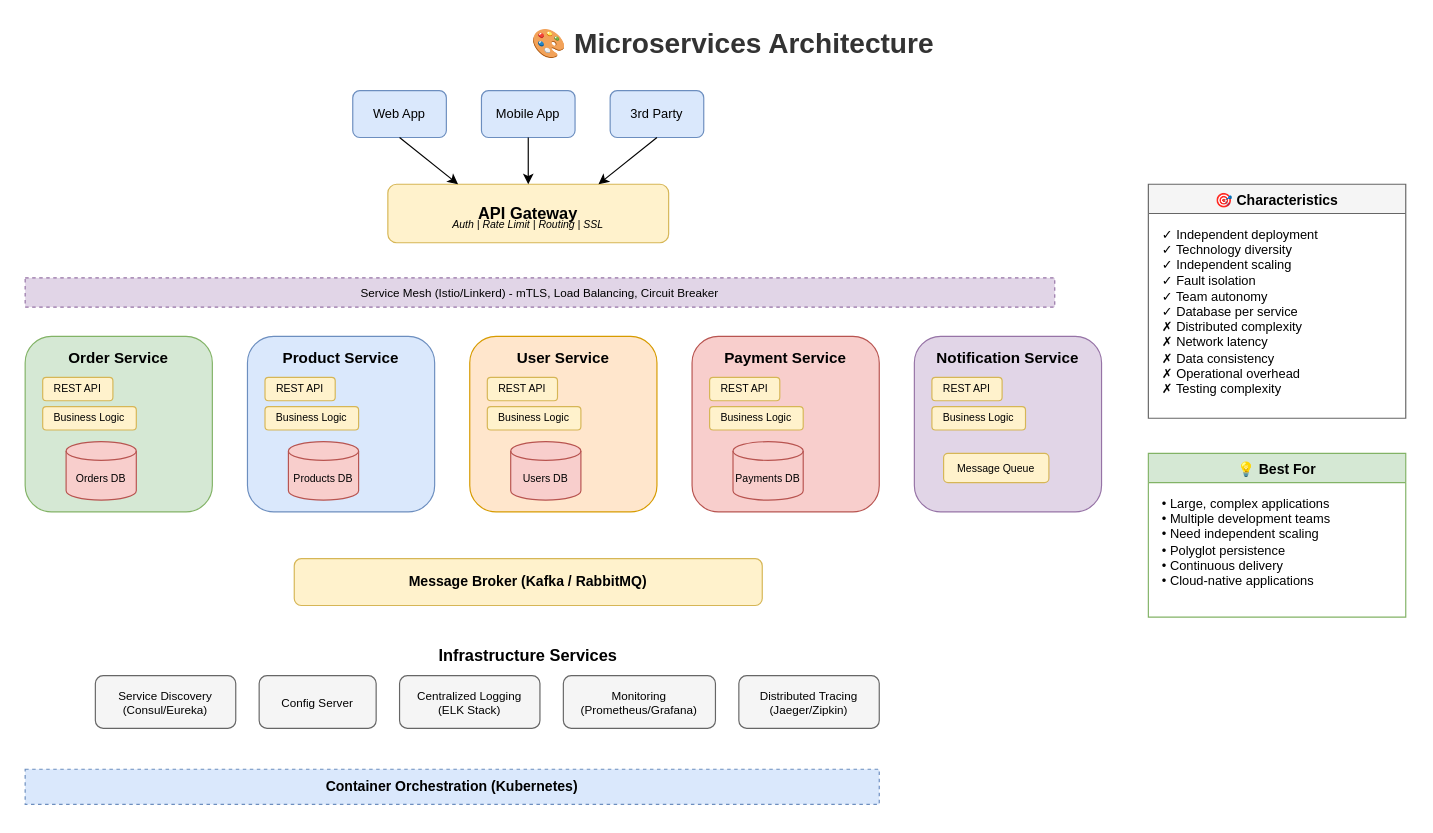
This is lesson-01-software-design-architecture/02-architecture-styles/2.2-microservices-architecture.drawio from MrParkerZ7/document-lesson-software-architect-x-claude, a draw.io file, before an edit. Source tidied: cells renumbered, new cells numbered last; positions are measured from the earlier drawing's top-left corner, leaving out a move shared by most shapes. Both pictures are drawn from the tidied source at 117%, with x=0, y=0 at pixel (25, 20).
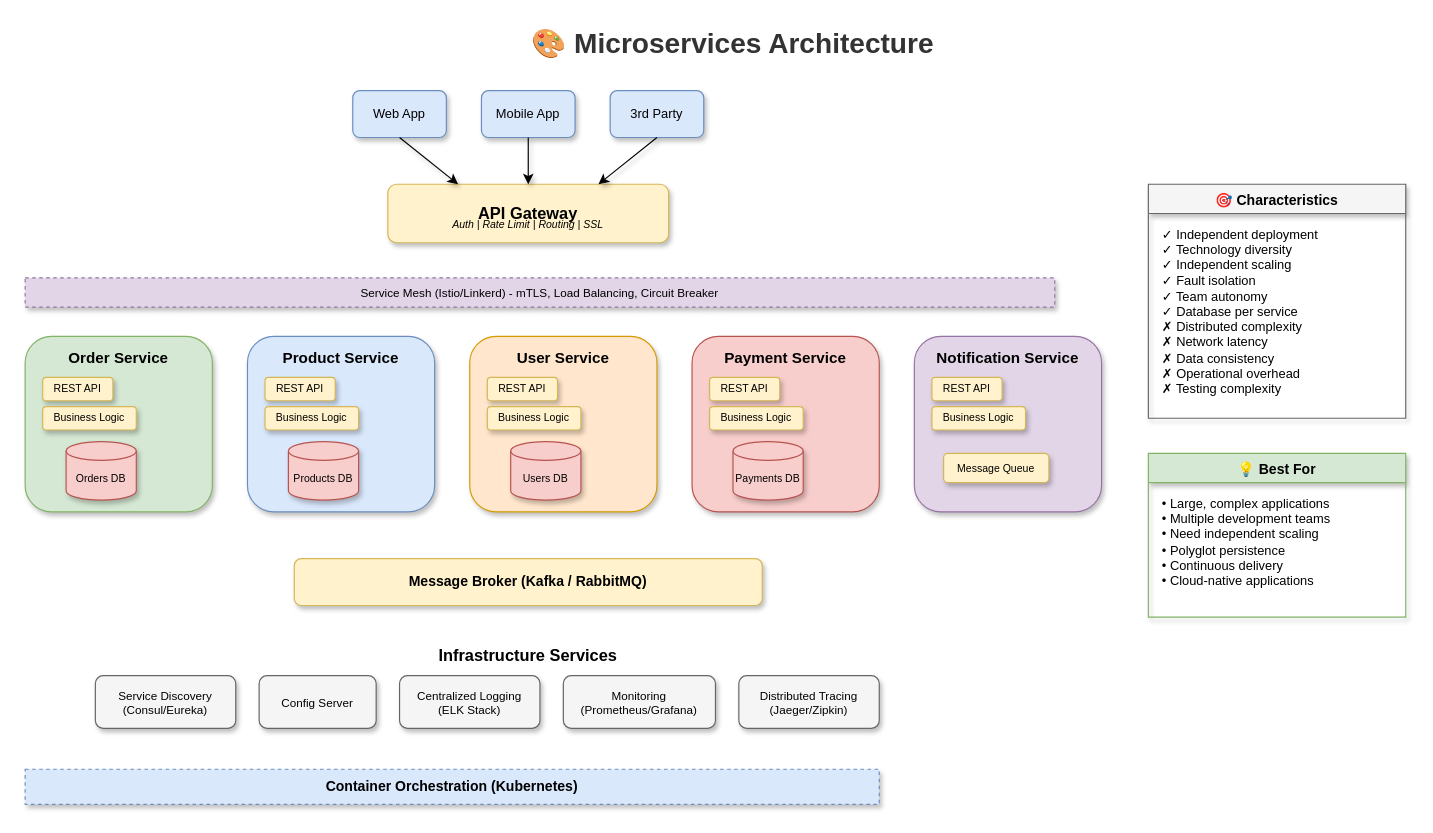
Above is the later version.

The edit, as a diff of the source:
```diff
@@
-    <mxCell id="3" value="Web App" style="rounded=1;whiteSpace=wrap;html=1;fillColor=#dae8fc;strokeColor=#6c8ebf;fontSize=11;" parent="1" vertex="1">
+    <mxCell id="3" value="Web App" style="rounded=1;whiteSpace=wrap;html=1;fillColor=#dae8fc;strokeColor=#6c8ebf;fontSize=11;shadow=1;" parent="1" vertex="1">
       <mxGeometry x="280" y="60" width="80" height="40" as="geometry" />
     </mxCell>
-    <mxCell id="4" value="Mobile App" style="rounded=1;whiteSpace=wrap;html=1;fillColor=#dae8fc;strokeColor=#6c8ebf;fontSize=11;" parent="1" vertex="1">
+    <mxCell id="4" value="Mobile App" style="rounded=1;whiteSpace=wrap;html=1;fillColor=#dae8fc;strokeColor=#6c8ebf;fontSize=11;shadow=1;" parent="1" vertex="1">
       <mxGeometry x="390" y="60" width="80" height="40" as="geometry" />
     </mxCell>
-    <mxCell id="5" value="3rd Party" style="rounded=1;whiteSpace=wrap;html=1;fillColor=#dae8fc;strokeColor=#6c8ebf;fontSize=11;" parent="1" vertex="1">
+    <mxCell id="5" value="3rd Party" style="rounded=1;whiteSpace=wrap;html=1;fillColor=#dae8fc;strokeColor=#6c8ebf;fontSize=11;shadow=1;" parent="1" vertex="1">
       <mxGeometry x="500" y="60" width="80" height="40" as="geometry" />
     </mxCell>
-    <mxCell id="6" value="API Gateway" style="rounded=1;whiteSpace=wrap;html=1;fillColor=#fff2cc;strokeColor=#d6b656;fontSize=14;fontStyle=1;" parent="1" vertex="1">
+    <mxCell id="6" value="API Gateway" style="rounded=1;whiteSpace=wrap;html=1;fillColor=#fff2cc;strokeColor=#d6b656;fontSize=14;fontStyle=1;shadow=1;" parent="1" vertex="1">
       <mxGeometry x="310" y="140" width="240" height="50" as="geometry" />
     </mxCell>
@@
-    <mxCell id="8" value="Service Mesh (Istio/Linkerd) - mTLS, Load Balancing, Circuit Breaker" style="rounded=0;whiteSpace=wrap;html=1;fillColor=#e1d5e7;strokeColor=#9673a6;fontSize=10;dashed=1;" parent="1" vertex="1">
+    <mxCell id="8" value="Service Mesh (Istio/Linkerd) - mTLS, Load Balancing, Circuit Breaker" style="rounded=0;whiteSpace=wrap;html=1;fillColor=#e1d5e7;strokeColor=#9673a6;fontSize=10;dashed=1;shadow=1;" parent="1" vertex="1">
       <mxGeometry y="220" width="880" height="25" as="geometry" />
     </mxCell>
-    <mxCell id="9" style="rounded=1;whiteSpace=wrap;html=1;fillColor=#d5e8d4;strokeColor=#82b366;" parent="1" vertex="1">
+    <mxCell id="9" style="rounded=1;whiteSpace=wrap;html=1;fillColor=#d5e8d4;strokeColor=#82b366;shadow=1;" parent="1" vertex="1">
       <mxGeometry y="270" width="160" height="150" as="geometry" />
     </mxCell>
@@
-    <mxCell id="11" value="REST API" style="rounded=1;whiteSpace=wrap;html=1;fillColor=#fff2cc;strokeColor=#d6b656;fontSize=9;" parent="1" vertex="1">
+    <mxCell id="11" value="REST API" style="rounded=1;whiteSpace=wrap;html=1;fillColor=#fff2cc;strokeColor=#d6b656;fontSize=9;shadow=1;" parent="1" vertex="1">
       <mxGeometry x="15" y="305" width="60" height="20" as="geometry" />
     </mxCell>
-    <mxCell id="12" value="Business Logic" style="rounded=1;whiteSpace=wrap;html=1;fillColor=#fff2cc;strokeColor=#d6b656;fontSize=9;" parent="1" vertex="1">
+    <mxCell id="12" value="Business Logic" style="rounded=1;whiteSpace=wrap;html=1;fillColor=#fff2cc;strokeColor=#d6b656;fontSize=9;shadow=1;" parent="1" vertex="1">
       <mxGeometry x="15" y="330" width="80" height="20" as="geometry" />
     </mxCell>
-    <mxCell id="13" value="Orders DB" style="shape=cylinder3;whiteSpace=wrap;html=1;boundedLbl=1;backgroundOutline=1;size=8;fillColor=#f8cecc;strokeColor=#b85450;fontSize=9;" parent="1" vertex="1">
+    <mxCell id="13" value="Orders DB" style="shape=cylinder3;whiteSpace=wrap;html=1;boundedLbl=1;backgroundOutline=1;size=8;fillColor=#f8cecc;strokeColor=#b85450;fontSize=9;shadow=1;" parent="1" vertex="1">
       <mxGeometry x="35" y="360" width="60" height="50" as="geometry" />
     </mxCell>
-    <mxCell id="14" style="rounded=1;whiteSpace=wrap;html=1;fillColor=#dae8fc;strokeColor=#6c8ebf;" parent="1" vertex="1">
+    <mxCell id="14" style="rounded=1;whiteSpace=wrap;html=1;fillColor=#dae8fc;strokeColor=#6c8ebf;shadow=1;" parent="1" vertex="1">
       <mxGeometry x="190" y="270" width="160" height="150" as="geometry" />
     </mxCell>
@@
-    <mxCell id="16" value="REST API" style="rounded=1;whiteSpace=wrap;html=1;fillColor=#fff2cc;strokeColor=#d6b656;fontSize=9;" parent="1" vertex="1">
+    <mxCell id="16" value="REST API" style="rounded=1;whiteSpace=wrap;html=1;fillColor=#fff2cc;strokeColor=#d6b656;fontSize=9;shadow=1;" parent="1" vertex="1">
       <mxGeometry x="205" y="305" width="60" height="20" as="geometry" />
     </mxCell>
-    <mxCell id="17" value="Business Logic" style="rounded=1;whiteSpace=wrap;html=1;fillColor=#fff2cc;strokeColor=#d6b656;fontSize=9;" parent="1" vertex="1">
+    <mxCell id="17" value="Business Logic" style="rounded=1;whiteSpace=wrap;html=1;fillColor=#fff2cc;strokeColor=#d6b656;fontSize=9;shadow=1;" parent="1" vertex="1">
       <mxGeometry x="205" y="330" width="80" height="20" as="geometry" />
     </mxCell>
-    <mxCell id="18" value="Products DB" style="shape=cylinder3;whiteSpace=wrap;html=1;boundedLbl=1;backgroundOutline=1;size=8;fillColor=#f8cecc;strokeColor=#b85450;fontSize=9;" parent="1" vertex="1">
+    <mxCell id="18" value="Products DB" style="shape=cylinder3;whiteSpace=wrap;html=1;boundedLbl=1;backgroundOutline=1;size=8;fillColor=#f8cecc;strokeColor=#b85450;fontSize=9;shadow=1;" parent="1" vertex="1">
       <mxGeometry x="225" y="360" width="60" height="50" as="geometry" />
     </mxCell>
-    <mxCell id="19" style="rounded=1;whiteSpace=wrap;html=1;fillColor=#ffe6cc;strokeColor=#d79b00;" parent="1" vertex="1">
+    <mxCell id="19" style="rounded=1;whiteSpace=wrap;html=1;fillColor=#ffe6cc;strokeColor=#d79b00;shadow=1;" parent="1" vertex="1">
       <mxGeometry x="380" y="270" width="160" height="150" as="geometry" />
     </mxCell>
@@
-    <mxCell id="21" value="REST API" style="rounded=1;whiteSpace=wrap;html=1;fillColor=#fff2cc;strokeColor=#d6b656;fontSize=9;" parent="1" vertex="1">
+    <mxCell id="21" value="REST API" style="rounded=1;whiteSpace=wrap;html=1;fillColor=#fff2cc;strokeColor=#d6b656;fontSize=9;shadow=1;" parent="1" vertex="1">
       <mxGeometry x="395" y="305" width="60" height="20" as="geometry" />
     </mxCell>
-    <mxCell id="22" value="Business Logic" style="rounded=1;whiteSpace=wrap;html=1;fillColor=#fff2cc;strokeColor=#d6b656;fontSize=9;" parent="1" vertex="1">
+    <mxCell id="22" value="Business Logic" style="rounded=1;whiteSpace=wrap;html=1;fillColor=#fff2cc;strokeColor=#d6b656;fontSize=9;shadow=1;" parent="1" vertex="1">
       <mxGeometry x="395" y="330" width="80" height="20" as="geometry" />
     </mxCell>
-    <mxCell id="23" value="Users DB" style="shape=cylinder3;whiteSpace=wrap;html=1;boundedLbl=1;backgroundOutline=1;size=8;fillColor=#f8cecc;strokeColor=#b85450;fontSize=9;" parent="1" vertex="1">
+    <mxCell id="23" value="Users DB" style="shape=cylinder3;whiteSpace=wrap;html=1;boundedLbl=1;backgroundOutline=1;size=8;fillColor=#f8cecc;strokeColor=#b85450;fontSize=9;shadow=1;" parent="1" vertex="1">
       <mxGeometry x="415" y="360" width="60" height="50" as="geometry" />
     </mxCell>
-    <mxCell id="24" style="rounded=1;whiteSpace=wrap;html=1;fillColor=#f8cecc;strokeColor=#b85450;" parent="1" vertex="1">
+    <mxCell id="24" style="rounded=1;whiteSpace=wrap;html=1;fillColor=#f8cecc;strokeColor=#b85450;shadow=1;" parent="1" vertex="1">
       <mxGeometry x="570" y="270" width="160" height="150" as="geometry" />
     </mxCell>
@@
-    <mxCell id="26" value="REST API" style="rounded=1;whiteSpace=wrap;html=1;fillColor=#fff2cc;strokeColor=#d6b656;fontSize=9;" parent="1" vertex="1">
+    <mxCell id="26" value="REST API" style="rounded=1;whiteSpace=wrap;html=1;fillColor=#fff2cc;strokeColor=#d6b656;fontSize=9;shadow=1;" parent="1" vertex="1">
       <mxGeometry x="585" y="305" width="60" height="20" as="geometry" />
     </mxCell>
-    <mxCell id="27" value="Business Logic" style="rounded=1;whiteSpace=wrap;html=1;fillColor=#fff2cc;strokeColor=#d6b656;fontSize=9;" parent="1" vertex="1">
+    <mxCell id="27" value="Business Logic" style="rounded=1;whiteSpace=wrap;html=1;fillColor=#fff2cc;strokeColor=#d6b656;fontSize=9;shadow=1;" parent="1" vertex="1">
       <mxGeometry x="585" y="330" width="80" height="20" as="geometry" />
     </mxCell>
-    <mxCell id="28" value="Payments DB" style="shape=cylinder3;whiteSpace=wrap;html=1;boundedLbl=1;backgroundOutline=1;size=8;fillColor=#f8cecc;strokeColor=#b85450;fontSize=9;" parent="1" vertex="1">
+    <mxCell id="28" value="Payments DB" style="shape=cylinder3;whiteSpace=wrap;html=1;boundedLbl=1;backgroundOutline=1;size=8;fillColor=#f8cecc;strokeColor=#b85450;fontSize=9;shadow=1;" parent="1" vertex="1">
       <mxGeometry x="605" y="360" width="60" height="50" as="geometry" />
     </mxCell>
-    <mxCell id="29" style="rounded=1;whiteSpace=wrap;html=1;fillColor=#e1d5e7;strokeColor=#9673a6;" parent="1" vertex="1">
+    <mxCell id="29" style="rounded=1;whiteSpace=wrap;html=1;fillColor=#e1d5e7;strokeColor=#9673a6;shadow=1;" parent="1" vertex="1">
       <mxGeometry x="760" y="270" width="160" height="150" as="geometry" />
     </mxCell>
@@
-    <mxCell id="31" value="REST API" style="rounded=1;whiteSpace=wrap;html=1;fillColor=#fff2cc;strokeColor=#d6b656;fontSize=9;" parent="1" vertex="1">
+    <mxCell id="31" value="REST API" style="rounded=1;whiteSpace=wrap;html=1;fillColor=#fff2cc;strokeColor=#d6b656;fontSize=9;shadow=1;" parent="1" vertex="1">
       <mxGeometry x="775" y="305" width="60" height="20" as="geometry" />
     </mxCell>
-    <mxCell id="32" value="Business Logic" style="rounded=1;whiteSpace=wrap;html=1;fillColor=#fff2cc;strokeColor=#d6b656;fontSize=9;" parent="1" vertex="1">
+    <mxCell id="32" value="Business Logic" style="rounded=1;whiteSpace=wrap;html=1;fillColor=#fff2cc;strokeColor=#d6b656;fontSize=9;shadow=1;" parent="1" vertex="1">
       <mxGeometry x="775" y="330" width="80" height="20" as="geometry" />
     </mxCell>
-    <mxCell id="33" value="Message Queue" style="rounded=1;whiteSpace=wrap;html=1;fillColor=#fff2cc;strokeColor=#d6b656;fontSize=9;" parent="1" vertex="1">
+    <mxCell id="33" value="Message Queue" style="rounded=1;whiteSpace=wrap;html=1;fillColor=#fff2cc;strokeColor=#d6b656;fontSize=9;shadow=1;" parent="1" vertex="1">
       <mxGeometry x="785" y="370" width="90" height="25" as="geometry" />
     </mxCell>
-    <mxCell id="34" value="Message Broker (Kafka / RabbitMQ)" style="rounded=1;whiteSpace=wrap;html=1;fillColor=#fff2cc;strokeColor=#d6b656;fontSize=12;fontStyle=1;" parent="1" vertex="1">
+    <mxCell id="34" value="Message Broker (Kafka / RabbitMQ)" style="rounded=1;whiteSpace=wrap;html=1;fillColor=#fff2cc;strokeColor=#d6b656;fontSize=12;fontStyle=1;shadow=1;" parent="1" vertex="1">
       <mxGeometry x="230" y="460" width="400" height="40" as="geometry" />
     </mxCell>
@@
-    <mxCell id="36" value="Service Discovery&#10;(Consul/Eureka)" style="rounded=1;whiteSpace=wrap;html=1;fillColor=#f5f5f5;strokeColor=#666666;fontSize=10;" parent="1" vertex="1">
+    <mxCell id="36" value="Service Discovery&#10;(Consul/Eureka)" style="rounded=1;whiteSpace=wrap;html=1;fillColor=#f5f5f5;strokeColor=#666666;fontSize=10;shadow=1;" parent="1" vertex="1">
       <mxGeometry x="60" y="560" width="120" height="45" as="geometry" />
     </mxCell>
-    <mxCell id="37" value="Config Server" style="rounded=1;whiteSpace=wrap;html=1;fillColor=#f5f5f5;strokeColor=#666666;fontSize=10;" parent="1" vertex="1">
+    <mxCell id="37" value="Config Server" style="rounded=1;whiteSpace=wrap;html=1;fillColor=#f5f5f5;strokeColor=#666666;fontSize=10;shadow=1;" parent="1" vertex="1">
       <mxGeometry x="200" y="560" width="100" height="45" as="geometry" />
     </mxCell>
-    <mxCell id="38" value="Centralized Logging&#10;(ELK Stack)" style="rounded=1;whiteSpace=wrap;html=1;fillColor=#f5f5f5;strokeColor=#666666;fontSize=10;" parent="1" vertex="1">
+    <mxCell id="38" value="Centralized Logging&#10;(ELK Stack)" style="rounded=1;whiteSpace=wrap;html=1;fillColor=#f5f5f5;strokeColor=#666666;fontSize=10;shadow=1;" parent="1" vertex="1">
       <mxGeometry x="320" y="560" width="120" height="45" as="geometry" />
     </mxCell>
-    <mxCell id="39" value="Monitoring&#10;(Prometheus/Grafana)" style="rounded=1;whiteSpace=wrap;html=1;fillColor=#f5f5f5;strokeColor=#666666;fontSize=10;" parent="1" vertex="1">
+    <mxCell id="39" value="Monitoring&#10;(Prometheus/Grafana)" style="rounded=1;whiteSpace=wrap;html=1;fillColor=#f5f5f5;strokeColor=#666666;fontSize=10;shadow=1;" parent="1" vertex="1">
       <mxGeometry x="460" y="560" width="130" height="45" as="geometry" />
     </mxCell>
-    <mxCell id="40" value="Distributed Tracing&#10;(Jaeger/Zipkin)" style="rounded=1;whiteSpace=wrap;html=1;fillColor=#f5f5f5;strokeColor=#666666;fontSize=10;" parent="1" vertex="1">
+    <mxCell id="40" value="Distributed Tracing&#10;(Jaeger/Zipkin)" style="rounded=1;whiteSpace=wrap;html=1;fillColor=#f5f5f5;strokeColor=#666666;fontSize=10;shadow=1;" parent="1" vertex="1">
       <mxGeometry x="610" y="560" width="120" height="45" as="geometry" />
     </mxCell>
-    <mxCell id="41" value="Container Orchestration (Kubernetes)" style="rounded=0;whiteSpace=wrap;html=1;fillColor=#dae8fc;strokeColor=#6c8ebf;fontSize=12;fontStyle=1;dashed=1;" parent="1" vertex="1">
+    <mxCell id="41" value="Container Orchestration (Kubernetes)" style="rounded=0;whiteSpace=wrap;html=1;fillColor=#dae8fc;strokeColor=#6c8ebf;fontSize=12;fontStyle=1;dashed=1;shadow=1;" parent="1" vertex="1">
       <mxGeometry y="640" width="730" height="30" as="geometry" />
     </mxCell>
-    <mxCell id="42" style="endArrow=classic;html=1;exitX=0.5;exitY=1;exitDx=0;exitDy=0;entryX=0.25;entryY=0;entryDx=0;entryDy=0;" parent="1" edge="1" source="3" target="6">
+    <mxCell id="42" style="endArrow=classic;html=1;exitX=0.5;exitY=1;exitDx=0;exitDy=0;entryX=0.25;entryY=0;entryDx=0;entryDy=0;shadow=1;curved=1;flowAnimation=1;jumpStyle=arc;" parent="1" edge="1" source="3" target="6">
       <mxGeometry relative="1" as="geometry" />
     </mxCell>
-    <mxCell id="43" style="endArrow=classic;html=1;exitX=0.5;exitY=1;exitDx=0;exitDy=0;entryX=0.5;entryY=0;entryDx=0;entryDy=0;" parent="1" edge="1" source="4" target="6">
+    <mxCell id="43" style="endArrow=classic;html=1;exitX=0.5;exitY=1;exitDx=0;exitDy=0;entryX=0.5;entryY=0;entryDx=0;entryDy=0;shadow=1;curved=1;flowAnimation=1;jumpStyle=arc;" parent="1" edge="1" source="4" target="6">
       <mxGeometry relative="1" as="geometry" />
     </mxCell>
-    <mxCell id="44" style="endArrow=classic;html=1;exitX=0.5;exitY=1;exitDx=0;exitDy=0;entryX=0.75;entryY=0;entryDx=0;entryDy=0;" parent="1" edge="1" source="5" target="6">
+    <mxCell id="44" style="endArrow=classic;html=1;exitX=0.5;exitY=1;exitDx=0;exitDy=0;entryX=0.75;entryY=0;entryDx=0;entryDy=0;shadow=1;curved=1;flowAnimation=1;jumpStyle=arc;" parent="1" edge="1" source="5" target="6">
       <mxGeometry relative="1" as="geometry" />
     </mxCell>
-    <mxCell id="45" value="🎯 Characteristics" style="swimlane;fontStyle=1;align=center;verticalAlign=top;horizontal=1;startSize=25;fillColor=#f5f5f5;strokeColor=#666666;" parent="1" vertex="1">
+    <mxCell id="45" value="🎯 Characteristics" style="swimlane;fontStyle=1;align=center;verticalAlign=top;horizontal=1;startSize=25;fillColor=#f5f5f5;strokeColor=#666666;shadow=1;rounded=0;" parent="1" vertex="1">
       <mxGeometry x="960" y="140" width="220" height="200" as="geometry" />
     </mxCell>
@@
-    <mxCell id="47" value="💡 Best For" style="swimlane;fontStyle=1;align=center;verticalAlign=top;horizontal=1;startSize=25;fillColor=#d5e8d4;strokeColor=#82b366;" parent="1" vertex="1">
+    <mxCell id="47" value="💡 Best For" style="swimlane;fontStyle=1;align=center;verticalAlign=top;horizontal=1;startSize=25;fillColor=#d5e8d4;strokeColor=#82b366;shadow=1;rounded=0;" parent="1" vertex="1">
       <mxGeometry x="960" y="370" width="220" height="140" as="geometry" />
     </mxCell>
```
